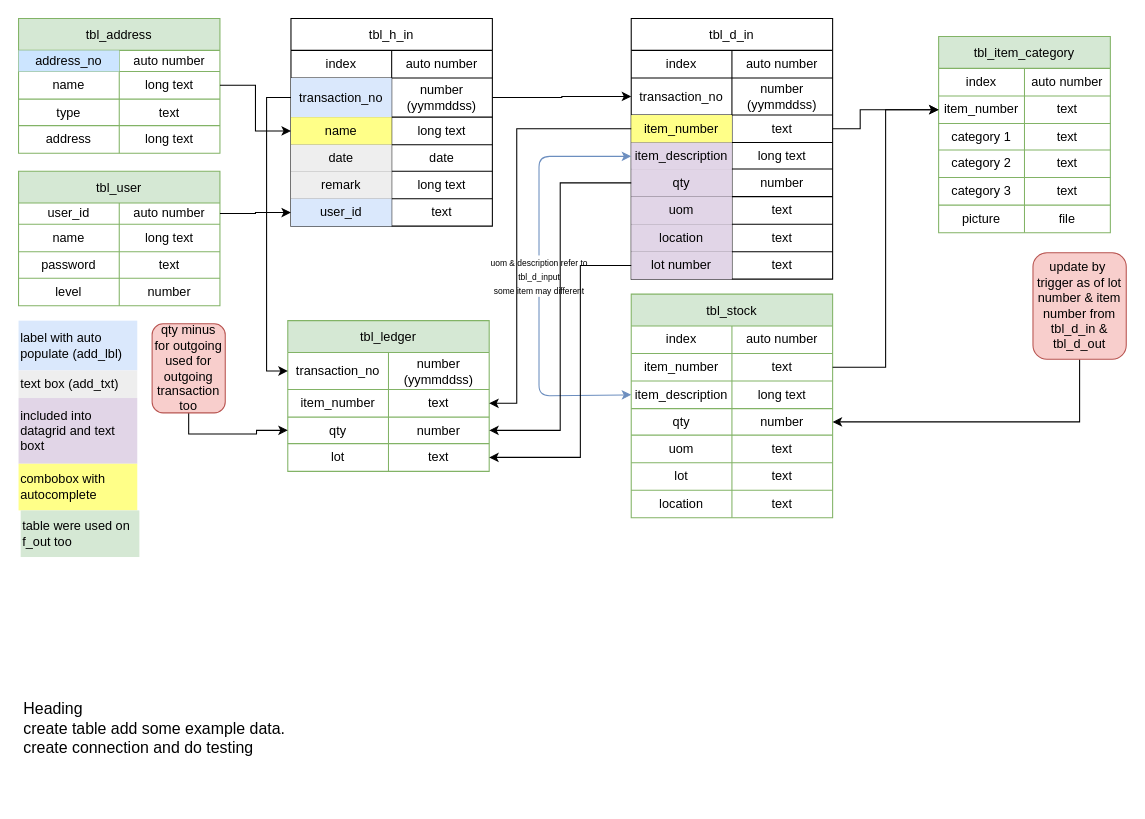
Before: page "f_in" (1 of 2) of Warehouse.drawio in enopandio/diagram, a draw.io diagram. Source tidied: cells renumbered, new cells numbered last; positions are measured from the earlier drawing's top-left corner, leaving out a move shared by most shapes. Both pictures are drawn from the tidied source at 106%, with x=0, y=0 at pixel (18, 18).
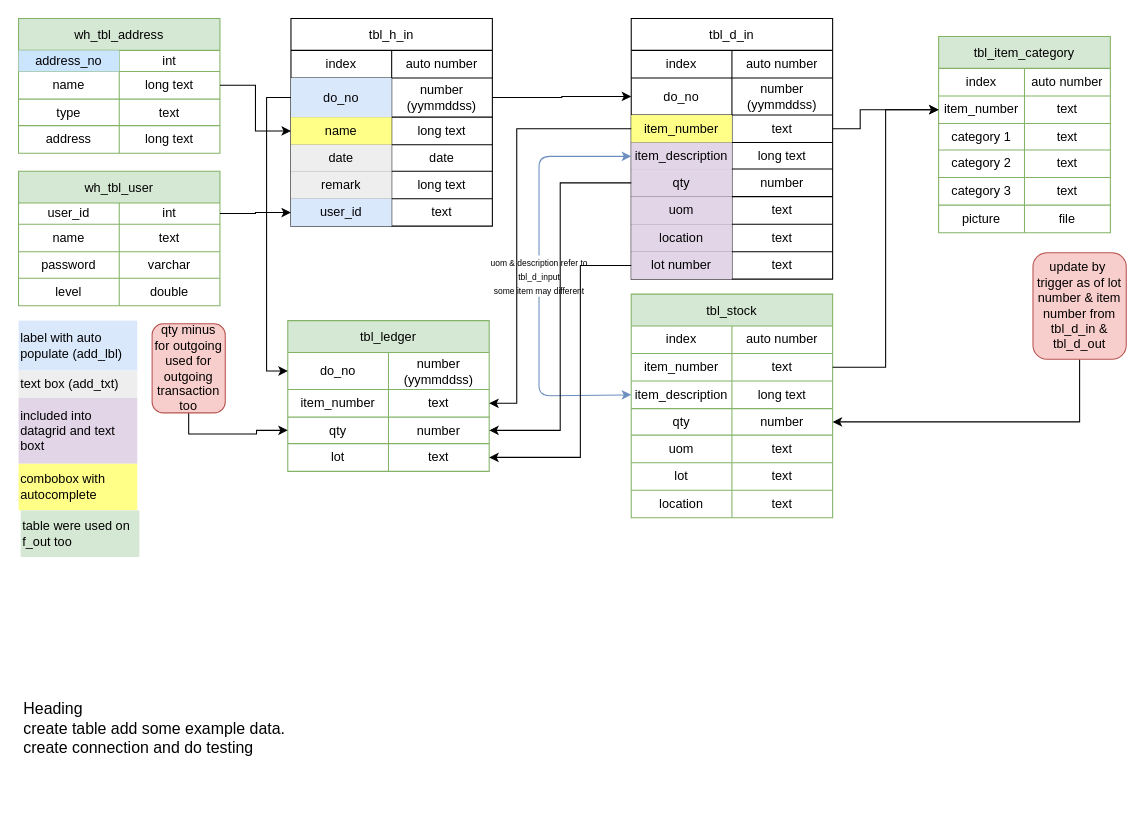
After the change.

The change refers to these unchanged cells:
```xml
<mxCell id="6" style="shape=tableRow;horizontal=0;startSize=0;swimlaneHead=0;swimlaneBody=0;top=0;left=0;bottom=0;right=0;fillColor=none;points=[[0,0.5],[1,0.5]];portConstraint=eastwest;" parent="2" vertex="1">
  <mxGeometry y="56" width="190" height="37" as="geometry" />
</mxCell>
<mxCell id="22" style="shape=tableRow;horizontal=0;startSize=0;swimlaneHead=0;swimlaneBody=0;top=0;left=0;bottom=0;right=0;fillColor=none;" parent="21" vertex="1">
  <mxGeometry y="30" width="190" height="20" as="geometry" />
</mxCell>
<mxCell id="39" style="shape=tableRow;horizontal=0;startSize=0;swimlaneHead=0;swimlaneBody=0;top=0;left=0;bottom=0;right=0;fillColor=none;points=[[0,0.5],[1,0.5]];portConstraint=eastwest;" parent="35" vertex="1">
  <mxGeometry y="56" width="190" height="35" as="geometry" />
</mxCell>
<mxCell id="108" style="shape=tableRow;horizontal=0;startSize=0;swimlaneHead=0;swimlaneBody=0;top=0;left=0;bottom=0;right=0;fillColor=none;points=[[0,0.5],[1,0.5]];portConstraint=eastwest;" parent="107" vertex="1">
  <mxGeometry y="30" width="190" height="20" as="geometry" />
</mxCell>
<mxCell id="111" style="shape=tableRow;horizontal=0;startSize=0;swimlaneHead=0;swimlaneBody=0;top=0;left=0;bottom=0;right=0;fillColor=none;" parent="107" vertex="1">
  <mxGeometry y="50" width="190" height="26" as="geometry" />
</mxCell>
<mxCell id="114" style="shape=tableRow;horizontal=0;startSize=0;swimlaneHead=0;swimlaneBody=0;top=0;left=0;bottom=0;right=0;fillColor=none;" parent="107" vertex="1">
  <mxGeometry y="76" width="190" height="25" as="geometry" />
</mxCell>
<mxCell id="117" style="shape=tableRow;horizontal=0;startSize=0;swimlaneHead=0;swimlaneBody=0;top=0;left=0;bottom=0;right=0;fillColor=none;" parent="107" vertex="1">
  <mxGeometry y="101" width="190" height="26" as="geometry" />
</mxCell>
<mxCell id="127" style="shape=tableRow;horizontal=0;startSize=0;swimlaneHead=0;swimlaneBody=0;top=0;left=0;bottom=0;right=0;fillColor=none;points=[[0,0.5],[1,0.5]];portConstraint=eastwest;" parent="126" vertex="1">
  <mxGeometry y="30" width="190" height="35" as="geometry" />
</mxCell>
```

The edit, as a diff of the source:
```diff
@@
-    <mxCell id="7" value="transaction_no" style="shape=partialRectangle;html=1;whiteSpace=wrap;overflow=hidden;fillColor=#dae8fc;top=0;left=0;bottom=0;right=0;strokeColor=#6c8ebf;" parent="6" vertex="1">
+    <mxCell id="7" value="do_no" style="shape=partialRectangle;html=1;whiteSpace=wrap;overflow=hidden;fillColor=#dae8fc;top=0;left=0;bottom=0;right=0;strokeColor=#6c8ebf;" parent="6" vertex="1">
       <mxGeometry width="95" height="37" as="geometry" />
     </mxCell>
@@
-    <mxCell id="21" value="tbl_address" style="shape=table;startSize=30;childLayout=tableLayout;fillColor=#d5e8d4;strokeColor=#82b366;" parent="1" vertex="1">
+    <mxCell id="21" value="wh_tbl_address" style="shape=table;startSize=30;childLayout=tableLayout;fillColor=#d5e8d4;strokeColor=#82b366;" parent="1" vertex="1">
       <mxGeometry width="190" height="127" as="geometry" />
     </mxCell>
@@
-    <mxCell id="24" value="auto number" style="shape=partialRectangle;html=1;whiteSpace=wrap;overflow=hidden;fillColor=none;top=0;left=0;bottom=0;right=0;" parent="22" vertex="1">
+    <mxCell id="24" value="int" style="shape=partialRectangle;html=1;whiteSpace=wrap;overflow=hidden;fillColor=none;top=0;left=0;bottom=0;right=0;" parent="22" vertex="1">
       <mxGeometry x="95" width="95" height="20" as="geometry" />
     </mxCell>
@@
-    <mxCell id="40" value="transaction_no" style="shape=partialRectangle;html=1;whiteSpace=wrap;overflow=hidden;fillColor=none;top=0;left=0;bottom=0;right=0;" parent="39" vertex="1">
+    <mxCell id="40" value="do_no" style="shape=partialRectangle;html=1;whiteSpace=wrap;overflow=hidden;fillColor=none;top=0;left=0;bottom=0;right=0;" parent="39" vertex="1">
       <mxGeometry width="95" height="35" as="geometry" />
     </mxCell>
@@
-    <mxCell id="107" value="tbl_user" style="shape=table;startSize=30;childLayout=tableLayout;fillColor=#d5e8d4;strokeColor=#82b366;" parent="1" vertex="1">
+    <mxCell id="107" value="wh_tbl_user" style="shape=table;startSize=30;childLayout=tableLayout;fillColor=#d5e8d4;strokeColor=#82b366;" parent="1" vertex="1">
       <mxGeometry y="144" width="190" height="127" as="geometry" />
     </mxCell>
@@
-    <mxCell id="110" value="auto number" style="shape=partialRectangle;html=1;whiteSpace=wrap;overflow=hidden;fillColor=none;top=0;left=0;bottom=0;right=0;" parent="108" vertex="1">
+    <mxCell id="110" value="int" style="shape=partialRectangle;html=1;whiteSpace=wrap;overflow=hidden;fillColor=none;top=0;left=0;bottom=0;right=0;" parent="108" vertex="1">
       <mxGeometry x="95" width="95" height="20" as="geometry" />
     </mxCell>
@@
-    <mxCell id="113" value="long text" style="shape=partialRectangle;html=1;whiteSpace=wrap;overflow=hidden;fillColor=none;top=0;left=0;bottom=0;right=0;" parent="111" vertex="1">
+    <mxCell id="113" value="text" style="shape=partialRectangle;html=1;whiteSpace=wrap;overflow=hidden;fillColor=none;top=0;left=0;bottom=0;right=0;" parent="111" vertex="1">
       <mxGeometry x="95" width="95" height="26" as="geometry" />
     </mxCell>
@@
-    <mxCell id="116" value="text" style="shape=partialRectangle;html=1;whiteSpace=wrap;overflow=hidden;fillColor=none;top=0;left=0;bottom=0;right=0;" parent="114" vertex="1">
+    <mxCell id="116" value="varchar" style="shape=partialRectangle;html=1;whiteSpace=wrap;overflow=hidden;fillColor=none;top=0;left=0;bottom=0;right=0;" parent="114" vertex="1">
       <mxGeometry x="95" width="95" height="25" as="geometry" />
     </mxCell>
@@
-    <mxCell id="119" value="number" style="shape=partialRectangle;html=1;whiteSpace=wrap;overflow=hidden;fillColor=none;top=0;left=0;bottom=0;right=0;" parent="117" vertex="1">
+    <mxCell id="119" value="double" style="shape=partialRectangle;html=1;whiteSpace=wrap;overflow=hidden;fillColor=none;top=0;left=0;bottom=0;right=0;" parent="117" vertex="1">
       <mxGeometry x="95" width="95" height="26" as="geometry" />
     </mxCell>
@@
-    <mxCell id="128" value="transaction_no" style="shape=partialRectangle;html=1;whiteSpace=wrap;overflow=hidden;fillColor=none;top=0;left=0;bottom=0;right=0;" parent="127" vertex="1">
+    <mxCell id="128" value="do_no" style="shape=partialRectangle;html=1;whiteSpace=wrap;overflow=hidden;fillColor=none;top=0;left=0;bottom=0;right=0;" parent="127" vertex="1">
       <mxGeometry width="95" height="35" as="geometry" />
     </mxCell>
```
